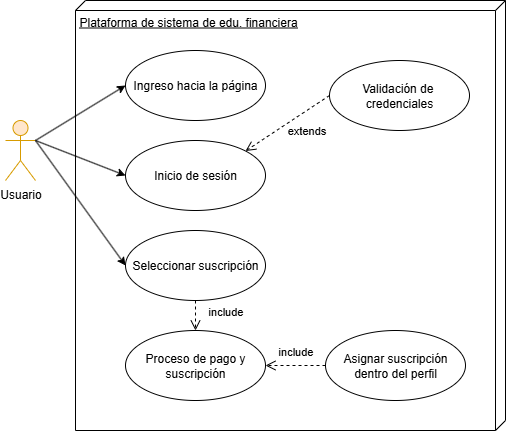
Above: Imagenes/CasoUsoRF08.png in DLRin/anteproyecto (draw.io), before the change. Source tidied: cells renumbered, new cells last; positions are measured from the earlier drawing's top-left corner, leaving out a move shared by most shapes.
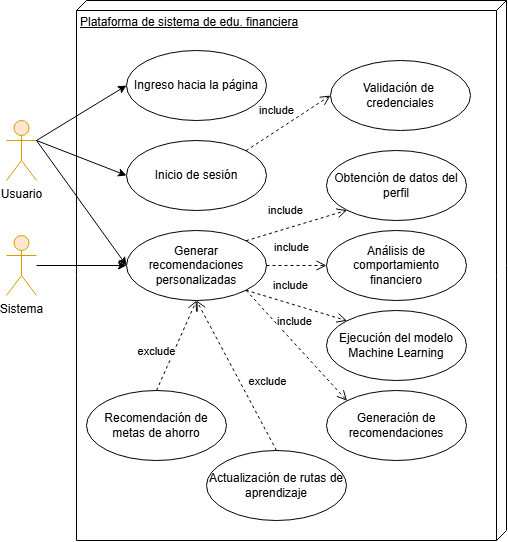
Later version of the same file.

Change to the diagram source:
```diff
@@ -6,7 +6,7 @@
       <mxGeometry y="120" width="30" height="60" as="geometry" />
     </mxCell>
     <mxCell id="3" value="Plataforma de sistema de edu. financiera" style="verticalAlign=top;align=left;spacingTop=8;spacingLeft=2;spacingRight=12;shape=cube;size=10;direction=south;fontStyle=4;html=1;whiteSpace=wrap;" parent="1" vertex="1">
-      <mxGeometry x="70" width="430" height="430" as="geometry" />
+      <mxGeometry x="70" width="430" height="540" as="geometry" />
     </mxCell>
     <mxCell id="4" value="Ingreso hacia la página" style="ellipse;whiteSpace=wrap;html=1;" parent="1" vertex="1">
       <mxGeometry x="120" y="50" width="140" height="70" as="geometry" />
@@ -17,10 +17,8 @@
     <mxCell id="6" value="Validación de&amp;nbsp; credenciales" style="ellipse;whiteSpace=wrap;html=1;" parent="1" vertex="1">
       <mxGeometry x="324" y="60" width="140" height="70" as="geometry" />
     </mxCell>
-    <mxCell id="7" value="extends" style="html=1;verticalAlign=bottom;endArrow=open;dashed=1;endSize=8;curved=0;rounded=0;exitX=0;exitY=0.5;exitDx=0;exitDy=0;entryX=1;entryY=0;entryDx=0;entryDy=0;" parent="1" edge="1" source="6" target="5">
-      <mxGeometry x="-0.11" y="25" relative="1" as="geometry">
-        <mxPoint y="-1" as="offset" />
-      </mxGeometry>
+    <mxCell id="7" value="include" style="html=1;verticalAlign=bottom;endArrow=open;dashed=1;endSize=8;curved=0;rounded=0;exitX=1;exitY=0;exitDx=0;exitDy=0;entryX=0;entryY=0.5;entryDx=0;entryDy=0;" parent="1" edge="1" source="5" target="6">
+      <mxGeometry x="-0.17" y="9" relative="1" as="geometry" />
     </mxCell>
     <mxCell id="8" style="rounded=0;jettySize=auto;html=1;exitX=1;exitY=0.3333333333333333;exitDx=0;exitDy=0;exitPerimeter=0;entryX=0;entryY=0.5;entryDx=0;entryDy=0;" parent="1" edge="1" source="2" target="4">
       <mxGeometry relative="1" as="geometry" />
@@ -30,23 +28,55 @@
         <mxPoint x="30" y="140" as="sourcePoint" />
       </mxGeometry>
     </mxCell>
-    <mxCell id="10" value="Seleccionar suscripción" style="ellipse;whiteSpace=wrap;html=1;" parent="1" vertex="1">
+    <mxCell id="10" value="Generar recomendaciones personalizadas" style="ellipse;whiteSpace=wrap;html=1;" parent="1" vertex="1">
       <mxGeometry x="120" y="230" width="140" height="70" as="geometry" />
     </mxCell>
     <mxCell id="11" style="rounded=0;jettySize=auto;html=1;entryX=0;entryY=0.5;entryDx=0;entryDy=0;exitX=1;exitY=0.3333333333333333;exitDx=0;exitDy=0;exitPerimeter=0;" parent="1" edge="1" source="2" target="10">
       <mxGeometry relative="1" as="geometry" />
     </mxCell>
-    <mxCell id="12" value="Proceso de pago y suscripción" style="ellipse;whiteSpace=wrap;html=1;" parent="1" vertex="1">
-      <mxGeometry x="120" y="330" width="140" height="70" as="geometry" />
-    </mxCell>
-    <mxCell id="13" value="include" style="html=1;verticalAlign=bottom;endArrow=open;dashed=1;endSize=8;curved=0;rounded=0;exitX=0.5;exitY=1;exitDx=0;exitDy=0;entryX=0.5;entryY=0;entryDx=0;entryDy=0;" parent="1" edge="1" source="10" target="12">
-      <mxGeometry x="0.33" y="30" relative="1" as="geometry" />
-    </mxCell>
-    <mxCell id="14" value="Asignar suscripción dentro del perfil" style="ellipse;whiteSpace=wrap;html=1;" parent="1" vertex="1">
-      <mxGeometry x="320" y="330" width="140" height="70" as="geometry" />
+    <mxCell id="14" value="Ejecución del modelo Machine Learning" style="ellipse;whiteSpace=wrap;html=1;" parent="1" vertex="1">
+      <mxGeometry x="320" y="310" width="140" height="70" as="geometry" />
     </mxCell>
-    <mxCell id="15" value="include" style="html=1;verticalAlign=bottom;endArrow=open;dashed=1;endSize=8;curved=0;rounded=0;exitX=0;exitY=0.5;exitDx=0;exitDy=0;entryX=1;entryY=0.5;entryDx=0;entryDy=0;" parent="1" edge="1" source="14" target="12">
-      <mxGeometry y="-5" relative="1" as="geometry" />
-    </mxCell>
+    <mxCell id="16" value="Obtención de datos del perfil" style="ellipse;whiteSpace=wrap;html=1;" parent="1" vertex="1">
+      <mxGeometry x="320" y="150" width="140" height="70" as="geometry" />
+    </mxCell>
+    <mxCell id="17" value="Análisis de comportamiento financiero" style="ellipse;whiteSpace=wrap;html=1;" parent="1" vertex="1">
+      <mxGeometry x="320" y="230" width="140" height="70" as="geometry" />
+    </mxCell>
+    <mxCell id="18" value="Generación de recomendaciones" style="ellipse;whiteSpace=wrap;html=1;" parent="1" vertex="1">
+      <mxGeometry x="320" y="390" width="140" height="70" as="geometry" />
+    </mxCell>
+    <mxCell id="19" value="Recomendación de metas de ahorro" style="ellipse;whiteSpace=wrap;html=1;" parent="1" vertex="1">
+      <mxGeometry x="80" y="390" width="140" height="70" as="geometry" />
+    </mxCell>
+    <mxCell id="20" value="Actualización de rutas de aprendizaje" style="ellipse;whiteSpace=wrap;html=1;" parent="1" vertex="1">
+      <mxGeometry x="200" y="450" width="140" height="70" as="geometry" />
+    </mxCell>
+    <mxCell id="21" value="include" style="html=1;verticalAlign=bottom;endArrow=open;dashed=1;endSize=8;curved=0;rounded=0;exitX=1;exitY=0;exitDx=0;exitDy=0;entryX=0;entryY=1;entryDx=0;entryDy=0;" parent="1" edge="1" source="10" target="16">
+      <mxGeometry x="-0.17" y="9" relative="1" as="geometry" />
+    </mxCell>
+    <mxCell id="22" value="include" style="html=1;verticalAlign=bottom;endArrow=open;dashed=1;endSize=8;curved=0;rounded=0;exitX=1;exitY=0.5;exitDx=0;exitDy=0;entryX=0;entryY=0.5;entryDx=0;entryDy=0;" parent="1" edge="1" source="10" target="17">
+      <mxGeometry x="-0.17" y="9" relative="1" as="geometry" />
+    </mxCell>
+    <mxCell id="23" value="include" style="html=1;verticalAlign=bottom;endArrow=open;dashed=1;endSize=8;curved=0;rounded=0;exitX=1;exitY=1;exitDx=0;exitDy=0;entryX=0;entryY=0;entryDx=0;entryDy=0;" parent="1" edge="1" source="10" target="14">
+      <mxGeometry x="-0.17" y="9" relative="1" as="geometry" />
+    </mxCell>
+    <mxCell id="24" value="include" style="html=1;verticalAlign=bottom;endArrow=open;dashed=1;endSize=8;curved=0;rounded=0;exitX=1;exitY=1;exitDx=0;exitDy=0;entryX=0;entryY=0;entryDx=0;entryDy=0;" parent="1" edge="1" source="10" target="18">
+      <mxGeometry x="-0.17" y="9" relative="1" as="geometry" />
+    </mxCell>
+    <mxCell id="25" value="exclude" style="html=1;verticalAlign=bottom;endArrow=open;dashed=1;endSize=8;curved=0;rounded=0;exitX=0.5;exitY=0;exitDx=0;exitDy=0;entryX=0.5;entryY=1;entryDx=0;entryDy=0;" parent="1" edge="1" source="19" target="10">
+      <mxGeometry x="-0.44" y="12" relative="1" as="geometry" />
+    </mxCell>
+    <mxCell id="26" value="exclude" style="html=1;verticalAlign=bottom;endArrow=open;dashed=1;endSize=8;curved=0;rounded=0;exitX=0.5;exitY=0;exitDx=0;exitDy=0;entryX=0.5;entryY=1;entryDx=0;entryDy=0;" parent="1" edge="1" source="20" target="10">
+      <mxGeometry x="-0.32" y="-19" relative="1" as="geometry">
+        <mxPoint x="1" as="offset" />
+      </mxGeometry>
+    </mxCell>
+    <mxCell id="27" value="Sistema" style="shape=umlActor;verticalLabelPosition=bottom;verticalAlign=top;html=1;fillColor=#ffe6cc;strokeColor=#d79b00;" parent="1" vertex="1">
+      <mxGeometry y="235" width="30" height="60" as="geometry" />
+    </mxCell>
+    <mxCell id="28" style="rounded=0;jettySize=auto;html=1;entryX=0;entryY=0.5;entryDx=0;entryDy=0;" parent="1" edge="1" source="27" target="10">
+      <mxGeometry relative="1" as="geometry" />
+    </mxCell>
   </root>
 </mxGraphModel>
```
